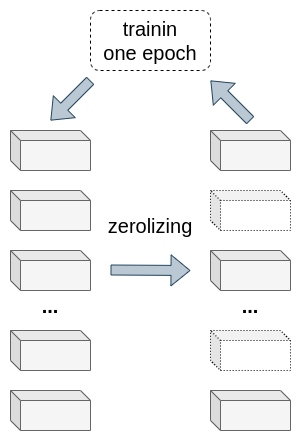
Before: docs/img/SFP.png, a diagram exported from draw.io (aimclub/Fedot.Industrial). Source tidied: cells renumbered, new cells last; positions are measured from the earlier drawing's top-left corner, leaving out a move shared by most shapes.
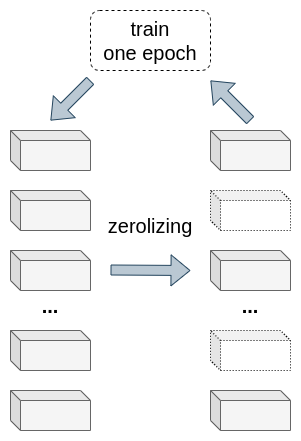
Above is the later version.

What changed in the source:
```diff
@@ -20,7 +20,7 @@
         <mxPoint x="180" y="260" as="targetPoint" />
       </mxGeometry>
     </mxCell>
-    <mxCell id="7" value="trainin&lt;br&gt;one epoch" style="rounded=1;whiteSpace=wrap;html=1;strokeWidth=1;fontSize=20;dashed=1;" parent="1" vertex="1">
+    <mxCell id="7" value="train&lt;br&gt;one epoch" style="rounded=1;whiteSpace=wrap;html=1;strokeWidth=1;fontSize=20;dashed=1;" parent="1" vertex="1">
       <mxGeometry x="80" width="120" height="60" as="geometry" />
     </mxCell>
     <mxCell id="8" style="shape=flexArrow;endArrow=classic;html=1;rounded=0;fontSize=20;fillColor=#bac8d3;strokeColor=#23445d;" parent="1" edge="1">
```
